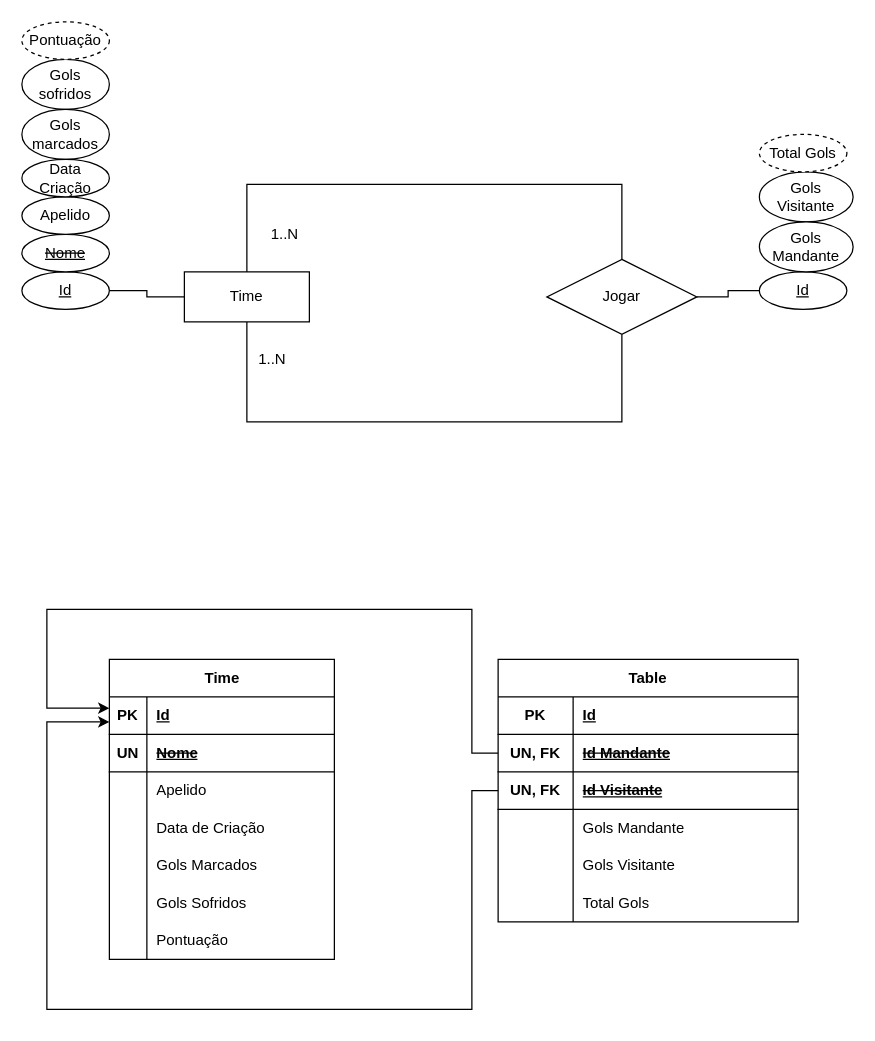
This is Exercicio_Campeonato.drawio from christian-777/Exercicio_CampeonatoSQL, a draw.io file, before an edit. Source tidied: cells renumbered, new cells numbered last; positions are measured from the earlier drawing's top-left corner, leaving out a move shared by most shapes. Both pictures are drawn from the tidied source at 125%, with x=0, y=0 at pixel (21, 21).
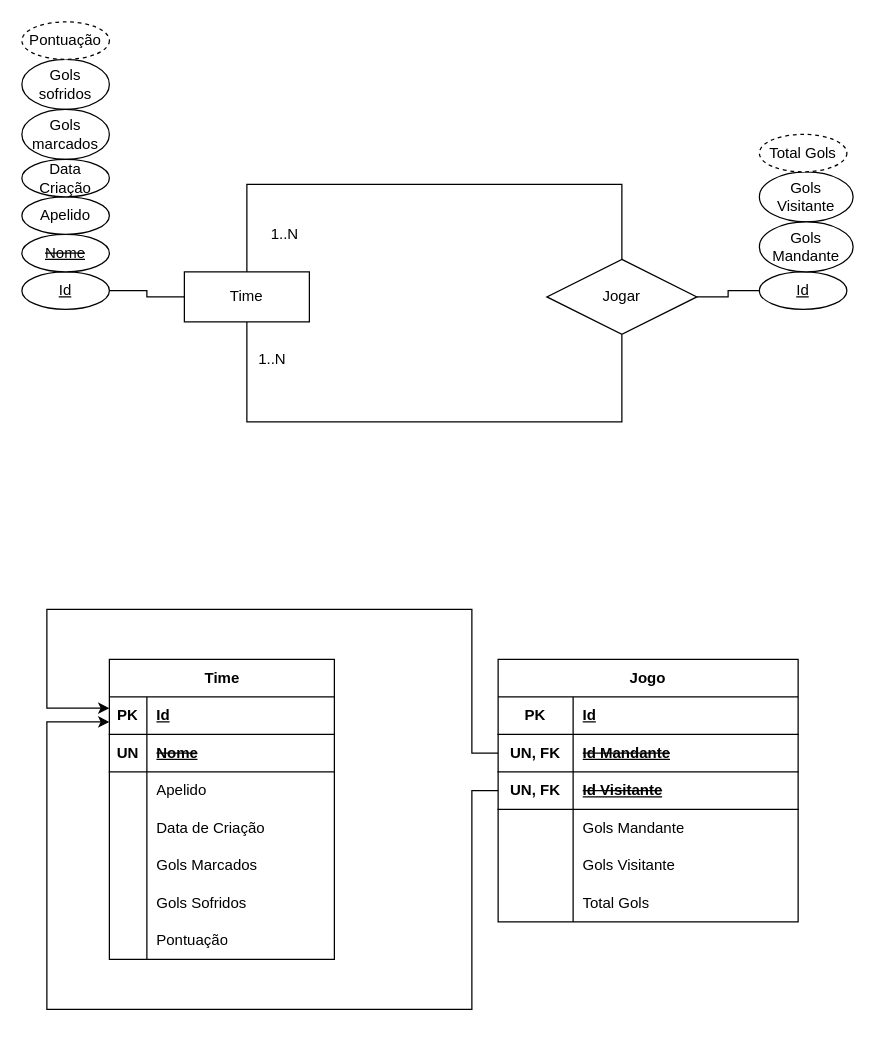
After the change.

Commit message (it also covers changes not shown here):
atualização dos diagramas

The edit, as a diff of the source:
```diff
@@
-    <mxCell id="43" value="Table" style="shape=table;startSize=30;childLayout=tableLayout;rowLines=0;fontStyle=1;align=center;html=1;whiteSpace=wrap;" parent="1" vertex="1">
+    <mxCell id="43" value="Jogo" style="shape=table;startSize=30;childLayout=tableLayout;rowLines=0;fontStyle=1;align=center;html=1;whiteSpace=wrap;" parent="1" vertex="1">
       <mxGeometry x="381" y="510" width="240" height="210" as="geometry" />
     </mxCell>
```
